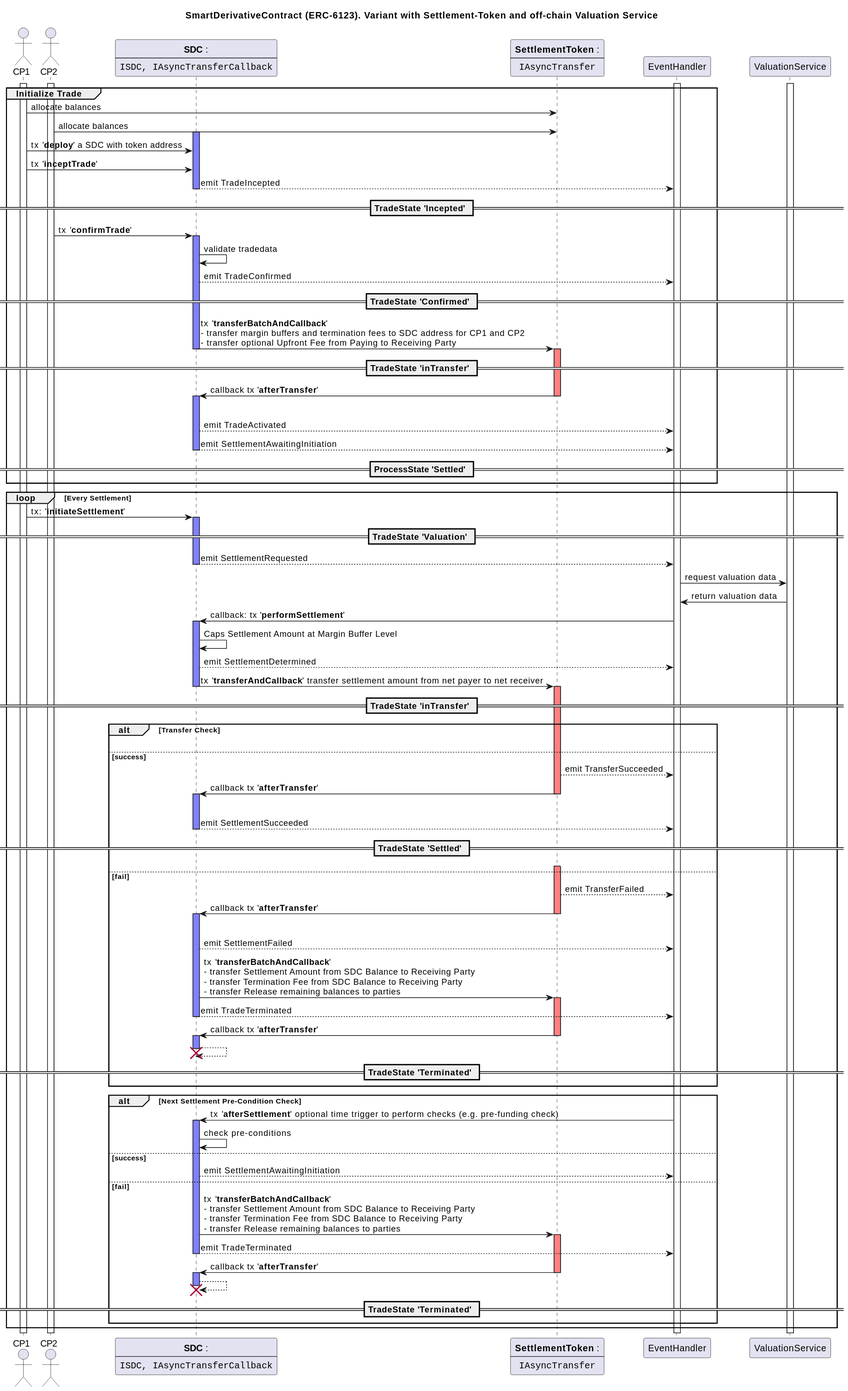
ethereum/ERCs keeps this PlantUML diagram as assets/erc-6123/doc/sequence.svg. Above is the earlier version.
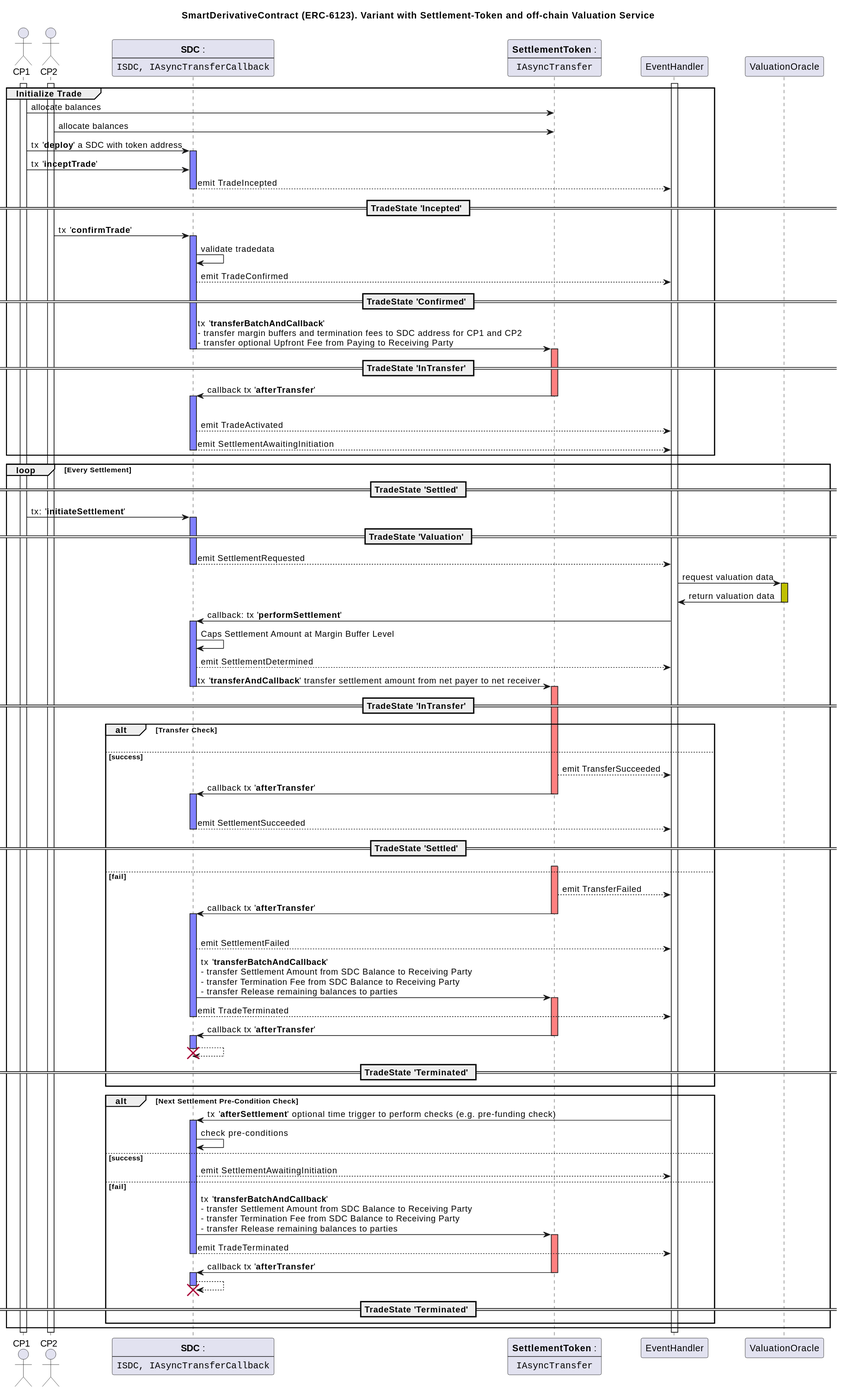
After the commit.

Commit message:
Small improvements to sequence diagram.

Diff of the diagram source:
```diff
@@ -17,19 +17,18 @@
 ]
 
 participant EventHandler
-participant ValuationService
+participant ValuationOracle
 
 activate EventHandler
-activate ValuationService
-
 activate CP1
 activate CP2
 
 group Initialize Trade
 CP1 ->SettlementToken: allocate balances
 CP2 ->SettlementToken: allocate balances
+
+CP1 ->SDC: tx '**deploy**' a SDC with token address
 activate SDC #8080FF
-CP1 ->SDC: tx '**deploy**' a SDC with token address
 
 CP1 ->SDC:                 tx '**inceptTrade**'
 
@@ -50,7 +49,7 @@
     deactivate SDC
     activate SettlementToken #FF8080
 
-==  TradeState '**inTransfer**' ==
+==  TradeState '**InTransfer**' ==
 
     SettlementToken->SDC: callback tx '**afterTransfer**'
     deactivate SettlementToken
@@ -63,11 +62,11 @@
     SDC-->EventHandler: emit SettlementAwaitingInitiation
     deactivate SDC
 
-==ProcessState '**Settled**' ==
-
 end
 
 loop Every Settlement
+
+== TradeState '**Settled**' ==
 
     CP1->SDC: tx: '**initiateSettlement**'
     activate SDC #8080FF
@@ -76,8 +75,10 @@
 SDC-->EventHandler:emit SettlementRequested
     deactivate SDC
 
-EventHandler->ValuationService: request valuation data
-ValuationService->EventHandler: return valuation data
+    EventHandler->ValuationOracle: request valuation data
+    activate ValuationOracle #C0C000
+    ValuationOracle->EventHandler: return valuation data
+    deactivate ValuationOracle
 
 EventHandler->SDC: callback: tx '**performSettlement**'
     activate SDC #8080FF
@@ -90,7 +91,7 @@
     deactivate SDC
     activate SettlementToken #FF8080
 
-== TradeState '**inTransfer**' ==
+== TradeState '**InTransfer**' ==
 
 alt Transfer Check
 
@@ -168,6 +169,9 @@
 == TradeState '**Terminated**' ==
 end
 
+end
 
-end
+deactivate EventHandler
+deactivate CP1
+deactivate CP2
 @enduml
```
